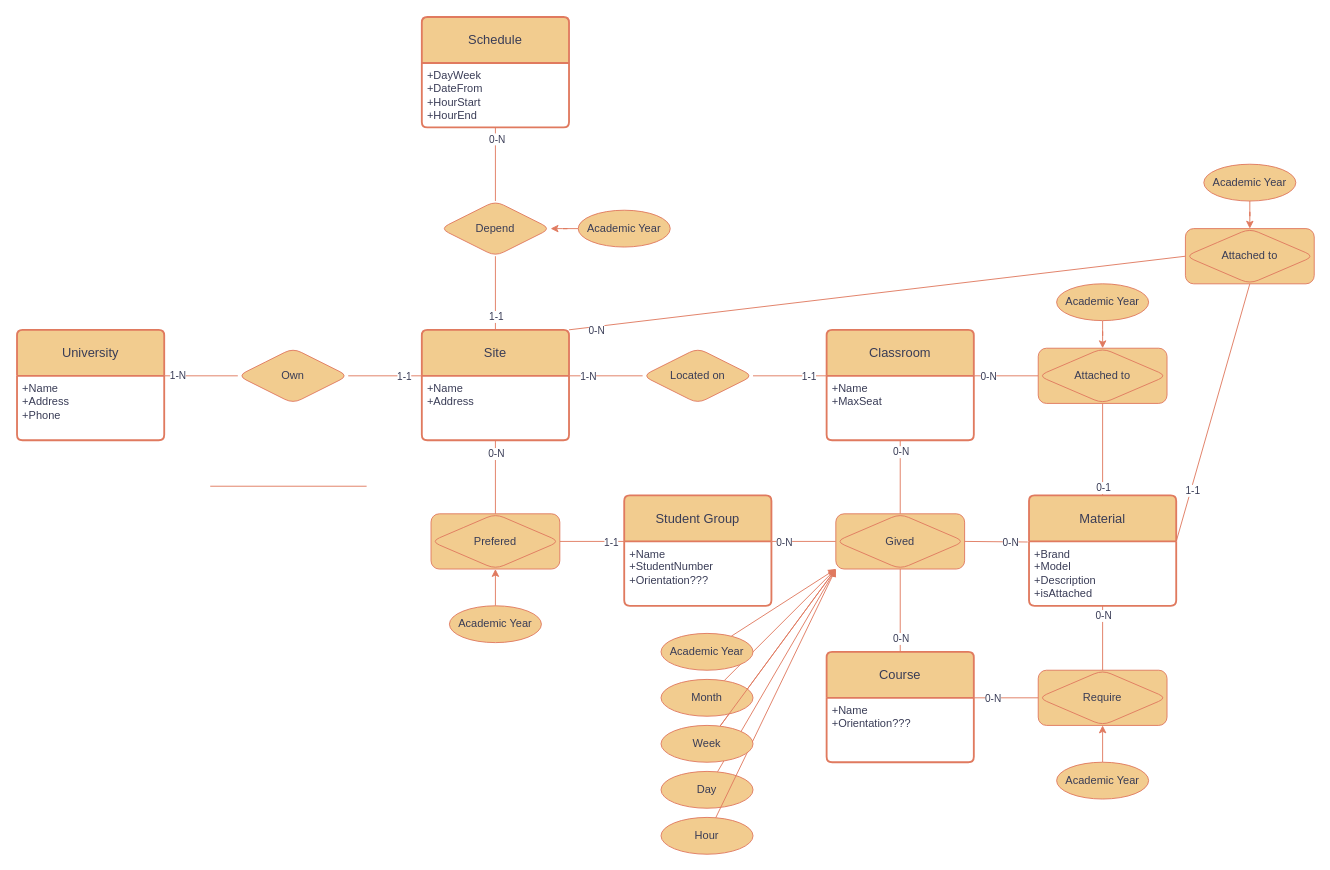
Before: EA_Diagram.drawio in fratjo/Calempus360, a draw.io diagram. Source tidied: cells renumbered, new cells numbered last; positions are measured from the earlier drawing's top-left corner, leaving out a move shared by most shapes. Both pictures are drawn from the tidied source at 92%, with x=0, y=0 at pixel (17, 17).
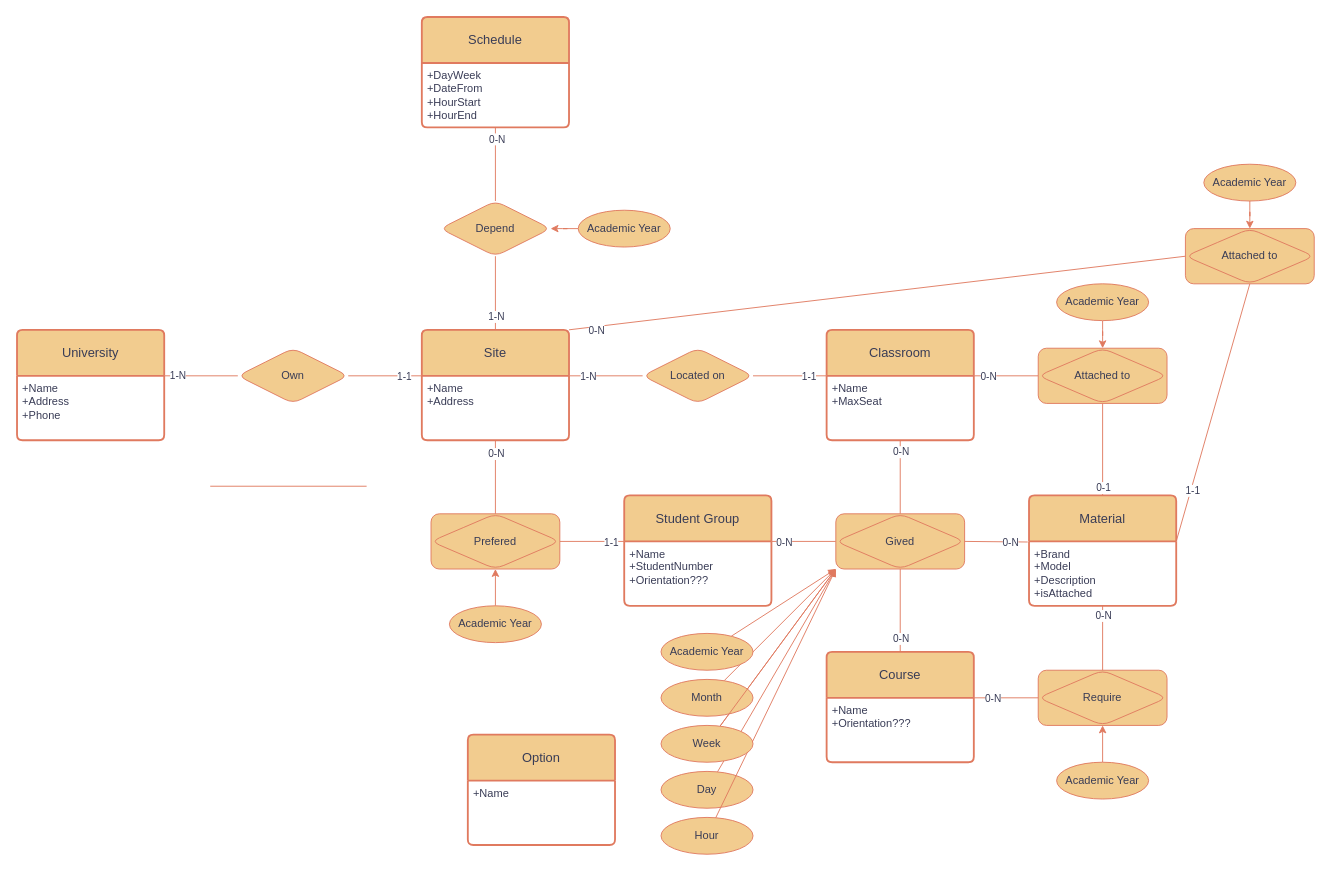
Above is the later version.

Unchanged cells that the change refers to:
```xml
<mxCell id="60" style="endArrow=none;html=1;rounded=0;strokeColor=#E07A5F;fontColor=#393C56;fillColor=#F2CC8F;exitX=0.5;exitY=1;exitDx=0;exitDy=0;entryX=0.5;entryY=0;entryDx=0;entryDy=0;" parent="1" edge="1" source="57" target="5">
  <mxGeometry relative="1" as="geometry" />
</mxCell>
```

What changed in the source:
```diff
@@
-    <mxCell id="61" value="1-1" style="edgeLabel;html=1;align=center;verticalAlign=middle;fontColor=#393C56;" parent="60" vertex="1">
+    <mxCell id="61" value="1-N" style="edgeLabel;html=1;align=center;verticalAlign=middle;fontColor=#393C56;" parent="60" vertex="1">
       <mxGeometry x="0.62" relative="1" as="geometry" />
     </mxCell>
@@
+    <mxCell id="82" value="Option" style="swimlane;horizontal=1;startSize=50;rounded=1;fontSize=14;fontStyle=0;strokeWidth=2;shadow=0;dashed=0;align=center;arcSize=4;whiteSpace=wrap;html=1;labelBackgroundColor=none;fillColor=#F2CC8F;strokeColor=#E07A5F;fontColor=#393C56;" parent="1" vertex="1">
+      <mxGeometry x="490" y="780" width="160" height="120" as="geometry" />
+    </mxCell>
+    <mxCell id="83" value="+Name&lt;br&gt;&lt;div&gt;&lt;br&gt;&lt;/div&gt;" style="align=left;strokeColor=none;fillColor=none;spacingLeft=4;fontSize=12;verticalAlign=top;html=1;labelBackgroundColor=none;fontColor=#393C56;rounded=1;" parent="82" vertex="1">
+      <mxGeometry y="50" width="160" height="70" as="geometry" />
+    </mxCell>
```
